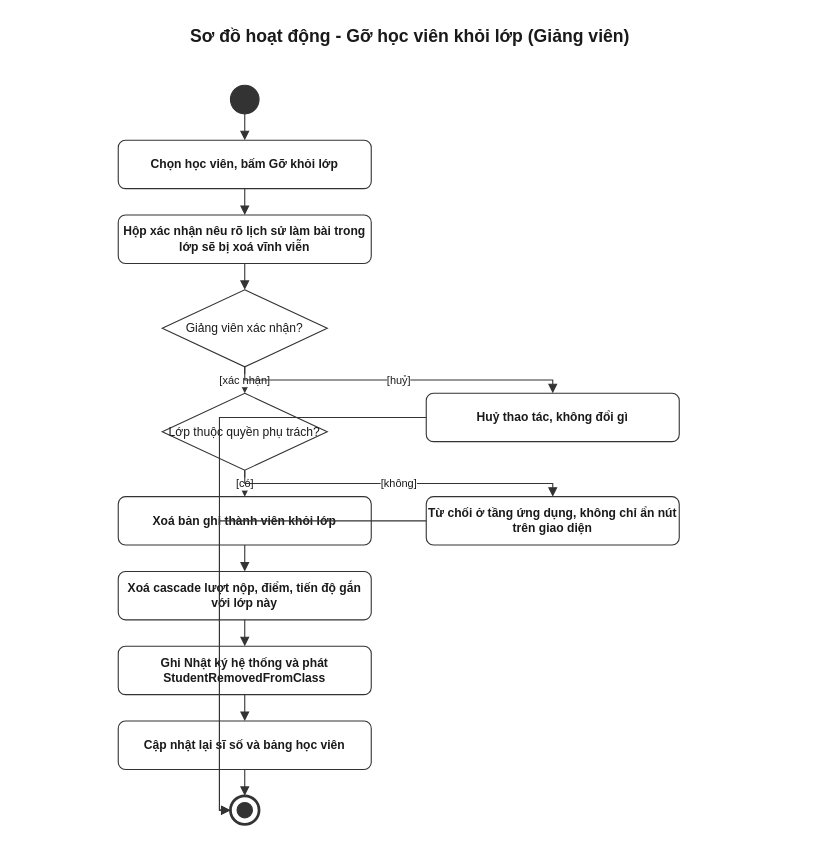
Earlier version of the draw.io diagram 08-diagram/activity/gv/activity_gv_go_hoc_vien_khoi_lop.drawio (daiphu1801/PRJ_ALGOPREP). Source tidied: cells renumbered, new cells numbered last; positions are measured from the earlier drawing's top-left corner, leaving out a move shared by most shapes. Both pictures are drawn from the tidied source at 110%, with x=0, y=0 at pixel (19, 19).
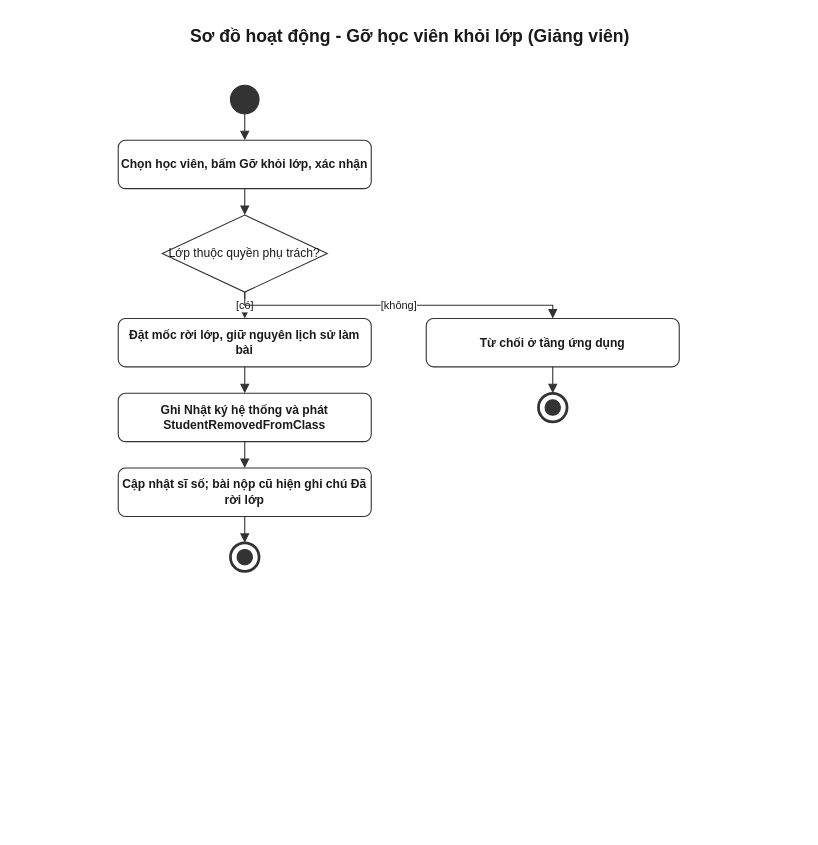
Above is the later version.

Unchanged cells that the change refers to:
```xml
<mxCell id="3" style="ellipse;html=1;fillColor=#333333;strokeColor=#333333;" parent="1" vertex="1">
  <mxGeometry x="192" y="60" width="26" height="26" as="geometry" />
</mxCell>
```

The edit, as a diff of the source:
```diff
@@
-    <mxCell id="4" value="Chọn học viên, bấm Gỡ khỏi lớp" style="rounded=1;whiteSpace=wrap;html=1;fillColor=#FFFFFF;strokeColor=#333333;fontColor=#1A1A1A;fontSize=11;fontStyle=1;" parent="1" vertex="1">
+    <mxCell id="4" value="Chọn học viên, bấm Gỡ khỏi lớp, xác nhận" style="rounded=1;whiteSpace=wrap;html=1;fillColor=#FFFFFF;strokeColor=#333333;fontColor=#1A1A1A;fontSize=11;fontStyle=1;" parent="1" vertex="1">
       <mxGeometry x="90" y="110" width="230" height="44" as="geometry" />
     </mxCell>
-    <mxCell id="5" value="Hộp xác nhận nêu rõ lịch sử làm bài trong lớp sẽ bị xoá vĩnh viễn" style="rounded=1;whiteSpace=wrap;html=1;fillColor=#FFFFFF;strokeColor=#333333;fontColor=#1A1A1A;fontSize=11;fontStyle=1;" parent="1" vertex="1">
-      <mxGeometry x="90" y="178" width="230" height="44" as="geometry" />
+    <mxCell id="5" value="Lớp thuộc quyền phụ trách?" style="rhombus;whiteSpace=wrap;html=1;fillColor=#FFFFFF;strokeColor=#333333;fontColor=#1A1A1A;fontSize=11;" parent="1" vertex="1">
+      <mxGeometry x="130" y="178" width="150" height="70" as="geometry" />
     </mxCell>
-    <mxCell id="6" value="Giảng viên xác nhận?" style="rhombus;whiteSpace=wrap;html=1;fillColor=#FFFFFF;strokeColor=#333333;fontColor=#1A1A1A;fontSize=11;" parent="1" vertex="1">
-      <mxGeometry x="130" y="246" width="150" height="70" as="geometry" />
+    <mxCell id="6" value="Đặt mốc rời lớp, giữ nguyên lịch sử làm bài" style="rounded=1;whiteSpace=wrap;html=1;fillColor=#FFFFFF;strokeColor=#333333;fontColor=#1A1A1A;fontSize=11;fontStyle=1;" parent="1" vertex="1">
+      <mxGeometry x="90" y="272" width="230" height="44" as="geometry" />
     </mxCell>
-    <mxCell id="7" value="Huỷ thao tác, không đổi gì" style="rounded=1;whiteSpace=wrap;html=1;fillColor=#FFFFFF;strokeColor=#333333;fontColor=#1A1A1A;fontSize=11;fontStyle=1;" parent="1" vertex="1">
-      <mxGeometry x="370" y="340" width="230" height="44" as="geometry" />
+    <mxCell id="7" value="Ghi Nhật ký hệ thống và phát StudentRemovedFromClass" style="rounded=1;whiteSpace=wrap;html=1;fillColor=#FFFFFF;strokeColor=#333333;fontColor=#1A1A1A;fontSize=11;fontStyle=1;" parent="1" vertex="1">
+      <mxGeometry x="90" y="340" width="230" height="44" as="geometry" />
     </mxCell>
-    <mxCell id="8" value="Lớp thuộc quyền phụ trách?" style="rhombus;whiteSpace=wrap;html=1;fillColor=#FFFFFF;strokeColor=#333333;fontColor=#1A1A1A;fontSize=11;" parent="1" vertex="1">
-      <mxGeometry x="130" y="340" width="150" height="70" as="geometry" />
+    <mxCell id="8" value="Cập nhật sĩ số; bài nộp cũ hiện ghi chú Đã rời lớp" style="rounded=1;whiteSpace=wrap;html=1;fillColor=#FFFFFF;strokeColor=#333333;fontColor=#1A1A1A;fontSize=11;fontStyle=1;" parent="1" vertex="1">
+      <mxGeometry x="90" y="408" width="230" height="44" as="geometry" />
     </mxCell>
-    <mxCell id="9" value="Từ chối ở tầng ứng dụng, không chỉ ẩn nút trên giao diện" style="rounded=1;whiteSpace=wrap;html=1;fillColor=#FFFFFF;strokeColor=#333333;fontColor=#1A1A1A;fontSize=11;fontStyle=1;" parent="1" vertex="1">
-      <mxGeometry x="370" y="434" width="230" height="44" as="geometry" />
+    <mxCell id="9" style="ellipse;html=1;fillColor=none;strokeColor=#333333;strokeWidth=2.5;" parent="1" vertex="1">
+      <mxGeometry x="192" y="476" width="26" height="26" as="geometry" />
     </mxCell>
-    <mxCell id="10" value="Xoá bản ghi thành viên khỏi lớp" style="rounded=1;whiteSpace=wrap;html=1;fillColor=#FFFFFF;strokeColor=#333333;fontColor=#1A1A1A;fontSize=11;fontStyle=1;" parent="1" vertex="1">
-      <mxGeometry x="90" y="434" width="230" height="44" as="geometry" />
+    <mxCell id="10" style="ellipse;html=1;fillColor=#333333;strokeColor=#333333;" parent="1" vertex="1">
+      <mxGeometry x="198" y="482" width="14" height="14" as="geometry" />
     </mxCell>
-    <mxCell id="11" value="Xoá cascade lượt nộp, điểm, tiến độ gắn với lớp này" style="rounded=1;whiteSpace=wrap;html=1;fillColor=#FFFFFF;strokeColor=#333333;fontColor=#1A1A1A;fontSize=11;fontStyle=1;" parent="1" vertex="1">
-      <mxGeometry x="90" y="502" width="230" height="44" as="geometry" />
+    <mxCell id="11" value="Từ chối ở tầng ứng dụng" style="rounded=1;whiteSpace=wrap;html=1;fillColor=#FFFFFF;strokeColor=#333333;fontColor=#1A1A1A;fontSize=11;fontStyle=1;" parent="1" vertex="1">
+      <mxGeometry x="370" y="272" width="230" height="44" as="geometry" />
     </mxCell>
-    <mxCell id="12" value="Ghi Nhật ký hệ thống và phát StudentRemovedFromClass" style="rounded=1;whiteSpace=wrap;html=1;fillColor=#FFFFFF;strokeColor=#333333;fontColor=#1A1A1A;fontSize=11;fontStyle=1;" parent="1" vertex="1">
-      <mxGeometry x="90" y="570" width="230" height="44" as="geometry" />
+    <mxCell id="12" style="ellipse;html=1;fillColor=none;strokeColor=#333333;strokeWidth=2.5;" parent="1" vertex="1">
+      <mxGeometry x="472" y="340" width="26" height="26" as="geometry" />
     </mxCell>
-    <mxCell id="13" value="Cập nhật lại sĩ số và bảng học viên" style="rounded=1;whiteSpace=wrap;html=1;fillColor=#FFFFFF;strokeColor=#333333;fontColor=#1A1A1A;fontSize=11;fontStyle=1;" parent="1" vertex="1">
-      <mxGeometry x="90" y="638" width="230" height="44" as="geometry" />
+    <mxCell id="13" style="ellipse;html=1;fillColor=#333333;strokeColor=#333333;" parent="1" vertex="1">
+      <mxGeometry x="478" y="346" width="14" height="14" as="geometry" />
     </mxCell>
-    <mxCell id="14" style="ellipse;html=1;fillColor=none;strokeColor=#333333;strokeWidth=2.5;" parent="1" vertex="1">
-      <mxGeometry x="192" y="706" width="26" height="26" as="geometry" />
-    </mxCell>
-    <mxCell id="15" style="ellipse;html=1;fillColor=#333333;strokeColor=#333333;" parent="1" vertex="1">
-      <mxGeometry x="198" y="712" width="14" height="14" as="geometry" />
-    </mxCell>
+    <mxCell id="29" style="edgeStyle=orthogonalEdgeStyle;rounded=0;html=1;endArrow=block;endFill=1;strokeColor=#333333;fontColor=#1A1A1A;fontSize=10;exitX=0.5;exitY=1;exitDx=0;exitDy=0;entryX=0.5;entryY=0;entryDx=0;entryDy=0;" parent="1" edge="1" source="3" target="4">
+      <mxGeometry relative="1" as="geometry" />
+    </mxCell>
+    <mxCell id="30" style="edgeStyle=orthogonalEdgeStyle;rounded=0;html=1;endArrow=block;endFill=1;strokeColor=#333333;fontColor=#1A1A1A;fontSize=10;exitX=0.5;exitY=1;exitDx=0;exitDy=0;entryX=0.5;entryY=0;entryDx=0;entryDy=0;" parent="1" edge="1" source="4" target="5">
+      <mxGeometry relative="1" as="geometry" />
+    </mxCell>
-    <mxCell id="16" style="edgeStyle=orthogonalEdgeStyle;rounded=0;html=1;endArrow=block;endFill=1;strokeColor=#333333;fontColor=#1A1A1A;fontSize=10;exitX=0.5;exitY=1;exitDx=0;exitDy=0;entryX=0.5;entryY=0;entryDx=0;entryDy=0;" parent="1" edge="1" source="3" target="4">
+    <mxCell id="16" value="[có]" style="edgeStyle=orthogonalEdgeStyle;rounded=0;html=1;endArrow=block;endFill=1;strokeColor=#333333;fontColor=#1A1A1A;fontSize=10;exitX=0.5;exitY=1;exitDx=0;exitDy=0;entryX=0.5;entryY=0;entryDx=0;entryDy=0;" parent="1" edge="1" source="5" target="6">
       <mxGeometry relative="1" as="geometry" />
     </mxCell>
-    <mxCell id="17" style="edgeStyle=orthogonalEdgeStyle;rounded=0;html=1;endArrow=block;endFill=1;strokeColor=#333333;fontColor=#1A1A1A;fontSize=10;exitX=0.5;exitY=1;exitDx=0;exitDy=0;entryX=0.5;entryY=0;entryDx=0;entryDy=0;" parent="1" edge="1" source="4" target="5">
+    <mxCell id="17" value="[không]" style="edgeStyle=orthogonalEdgeStyle;rounded=0;html=1;endArrow=block;endFill=1;strokeColor=#333333;fontColor=#1A1A1A;fontSize=10;exitX=0.5;exitY=1;exitDx=0;exitDy=0;entryX=0.5;entryY=0;entryDx=0;entryDy=0;" parent="1" edge="1" source="5" target="11">
       <mxGeometry relative="1" as="geometry" />
     </mxCell>
-    <mxCell id="18" style="edgeStyle=orthogonalEdgeStyle;rounded=0;html=1;endArrow=block;endFill=1;strokeColor=#333333;fontColor=#1A1A1A;fontSize=10;exitX=0.5;exitY=1;exitDx=0;exitDy=0;entryX=0.5;entryY=0;entryDx=0;entryDy=0;" parent="1" edge="1" source="5" target="6">
+    <mxCell id="18" style="edgeStyle=orthogonalEdgeStyle;rounded=0;html=1;endArrow=block;endFill=1;strokeColor=#333333;fontColor=#1A1A1A;fontSize=10;exitX=0.5;exitY=1;exitDx=0;exitDy=0;entryX=0.5;entryY=0;entryDx=0;entryDy=0;" parent="1" edge="1" source="6" target="7">
       <mxGeometry relative="1" as="geometry" />
     </mxCell>
-    <mxCell id="19" value="[xác nhận]" style="edgeStyle=orthogonalEdgeStyle;rounded=0;html=1;endArrow=block;endFill=1;strokeColor=#333333;fontColor=#1A1A1A;fontSize=10;exitX=0.5;exitY=1;exitDx=0;exitDy=0;entryX=0.5;entryY=0;entryDx=0;entryDy=0;" parent="1" edge="1" source="6" target="8">
+    <mxCell id="19" style="edgeStyle=orthogonalEdgeStyle;rounded=0;html=1;endArrow=block;endFill=1;strokeColor=#333333;fontColor=#1A1A1A;fontSize=10;exitX=0.5;exitY=1;exitDx=0;exitDy=0;entryX=0.5;entryY=0;entryDx=0;entryDy=0;" parent="1" edge="1" source="7" target="8">
       <mxGeometry relative="1" as="geometry" />
     </mxCell>
-    <mxCell id="20" value="[huỷ]" style="edgeStyle=orthogonalEdgeStyle;rounded=0;html=1;endArrow=block;endFill=1;strokeColor=#333333;fontColor=#1A1A1A;fontSize=10;exitX=0.5;exitY=1;exitDx=0;exitDy=0;entryX=0.5;entryY=0;entryDx=0;entryDy=0;" parent="1" edge="1" source="6" target="7">
+    <mxCell id="20" style="edgeStyle=orthogonalEdgeStyle;rounded=0;html=1;endArrow=block;endFill=1;strokeColor=#333333;fontColor=#1A1A1A;fontSize=10;exitX=0.5;exitY=1;exitDx=0;exitDy=0;entryX=0.5;entryY=0;entryDx=0;entryDy=0;" parent="1" edge="1" source="8" target="9">
       <mxGeometry relative="1" as="geometry" />
     </mxCell>
-    <mxCell id="21" style="edgeStyle=orthogonalEdgeStyle;rounded=0;html=1;endArrow=block;endFill=1;strokeColor=#333333;fontColor=#1A1A1A;fontSize=10;exitX=0;exitY=0.5;exitDx=0;exitDy=0;entryX=0;entryY=0.5;entryDx=0;entryDy=0;" parent="1" edge="1" source="7" target="14">
+    <mxCell id="21" style="edgeStyle=orthogonalEdgeStyle;rounded=0;html=1;endArrow=block;endFill=1;strokeColor=#333333;fontColor=#1A1A1A;fontSize=10;exitX=0.5;exitY=1;exitDx=0;exitDy=0;entryX=0.5;entryY=0;entryDx=0;entryDy=0;" parent="1" edge="1" source="11" target="12">
       <mxGeometry relative="1" as="geometry" />
     </mxCell>
-    <mxCell id="22" value="[có]" style="edgeStyle=orthogonalEdgeStyle;rounded=0;html=1;endArrow=block;endFill=1;strokeColor=#333333;fontColor=#1A1A1A;fontSize=10;exitX=0.5;exitY=1;exitDx=0;exitDy=0;entryX=0.5;entryY=0;entryDx=0;entryDy=0;" parent="1" edge="1" source="8" target="10">
-      <mxGeometry relative="1" as="geometry" />
-    </mxCell>
-    <mxCell id="23" value="[không]" style="edgeStyle=orthogonalEdgeStyle;rounded=0;html=1;endArrow=block;endFill=1;strokeColor=#333333;fontColor=#1A1A1A;fontSize=10;exitX=0.5;exitY=1;exitDx=0;exitDy=0;entryX=0.5;entryY=0;entryDx=0;entryDy=0;" parent="1" edge="1" source="8" target="9">
-      <mxGeometry relative="1" as="geometry" />
-    </mxCell>
-    <mxCell id="24" style="edgeStyle=orthogonalEdgeStyle;rounded=0;html=1;endArrow=block;endFill=1;strokeColor=#333333;fontColor=#1A1A1A;fontSize=10;exitX=0;exitY=0.5;exitDx=0;exitDy=0;entryX=0;entryY=0.5;entryDx=0;entryDy=0;" parent="1" edge="1" source="9" target="14">
-      <mxGeometry relative="1" as="geometry" />
-    </mxCell>
-    <mxCell id="25" style="edgeStyle=orthogonalEdgeStyle;rounded=0;html=1;endArrow=block;endFill=1;strokeColor=#333333;fontColor=#1A1A1A;fontSize=10;exitX=0.5;exitY=1;exitDx=0;exitDy=0;entryX=0.5;entryY=0;entryDx=0;entryDy=0;" parent="1" edge="1" source="10" target="11">
-      <mxGeometry relative="1" as="geometry" />
-    </mxCell>
-    <mxCell id="26" style="edgeStyle=orthogonalEdgeStyle;rounded=0;html=1;endArrow=block;endFill=1;strokeColor=#333333;fontColor=#1A1A1A;fontSize=10;exitX=0.5;exitY=1;exitDx=0;exitDy=0;entryX=0.5;entryY=0;entryDx=0;entryDy=0;" parent="1" edge="1" source="11" target="12">
-      <mxGeometry relative="1" as="geometry" />
-    </mxCell>
-    <mxCell id="27" style="edgeStyle=orthogonalEdgeStyle;rounded=0;html=1;endArrow=block;endFill=1;strokeColor=#333333;fontColor=#1A1A1A;fontSize=10;exitX=0.5;exitY=1;exitDx=0;exitDy=0;entryX=0.5;entryY=0;entryDx=0;entryDy=0;" parent="1" edge="1" source="12" target="13">
-      <mxGeometry relative="1" as="geometry" />
-    </mxCell>
-    <mxCell id="28" style="edgeStyle=orthogonalEdgeStyle;rounded=0;html=1;endArrow=block;endFill=1;strokeColor=#333333;fontColor=#1A1A1A;fontSize=10;exitX=0.5;exitY=1;exitDx=0;exitDy=0;entryX=0.5;entryY=0;entryDx=0;entryDy=0;" parent="1" edge="1" source="13" target="14">
-      <mxGeometry relative="1" as="geometry" />
-    </mxCell>
```
